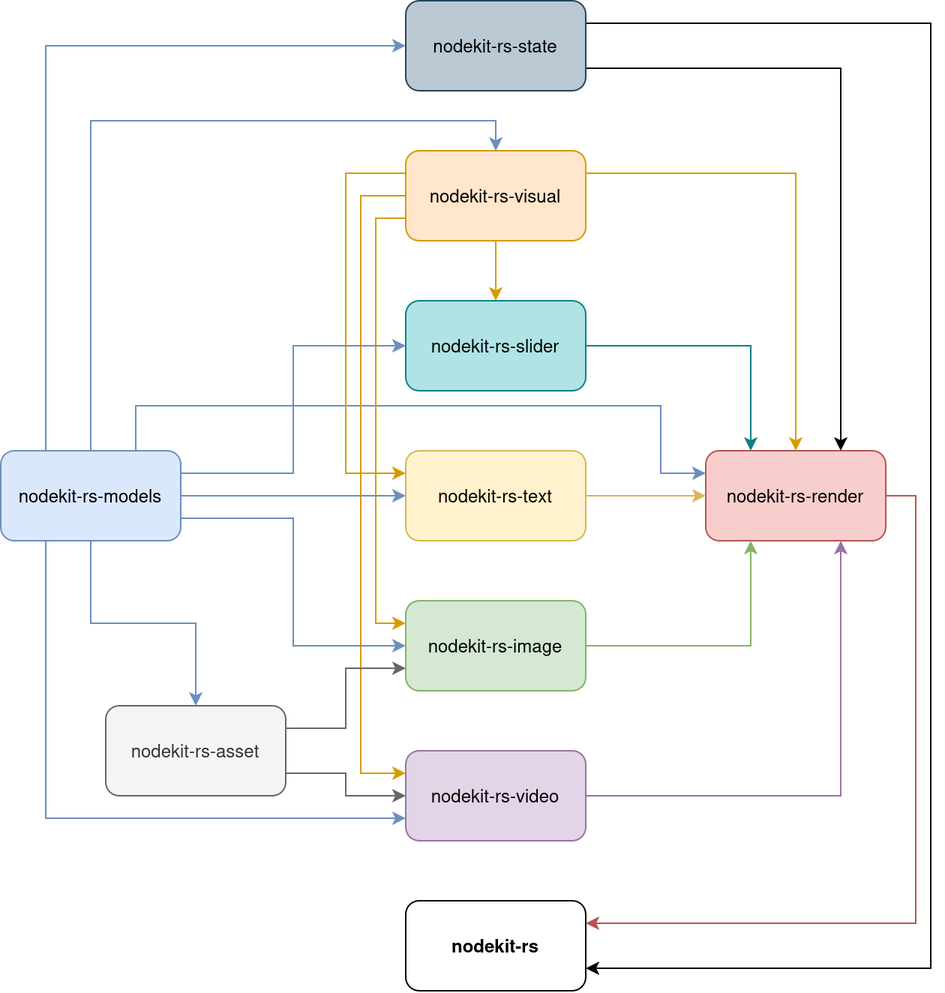
intelligence-observatory/nodekit keeps this draw.io diagram as nodekit-rs/images/nodekit-rs.png. Above is the earlier version. Source tidied: cells renumbered, new cells last; positions are measured from the earlier drawing's top-left corner, leaving out a move shared by most shapes.
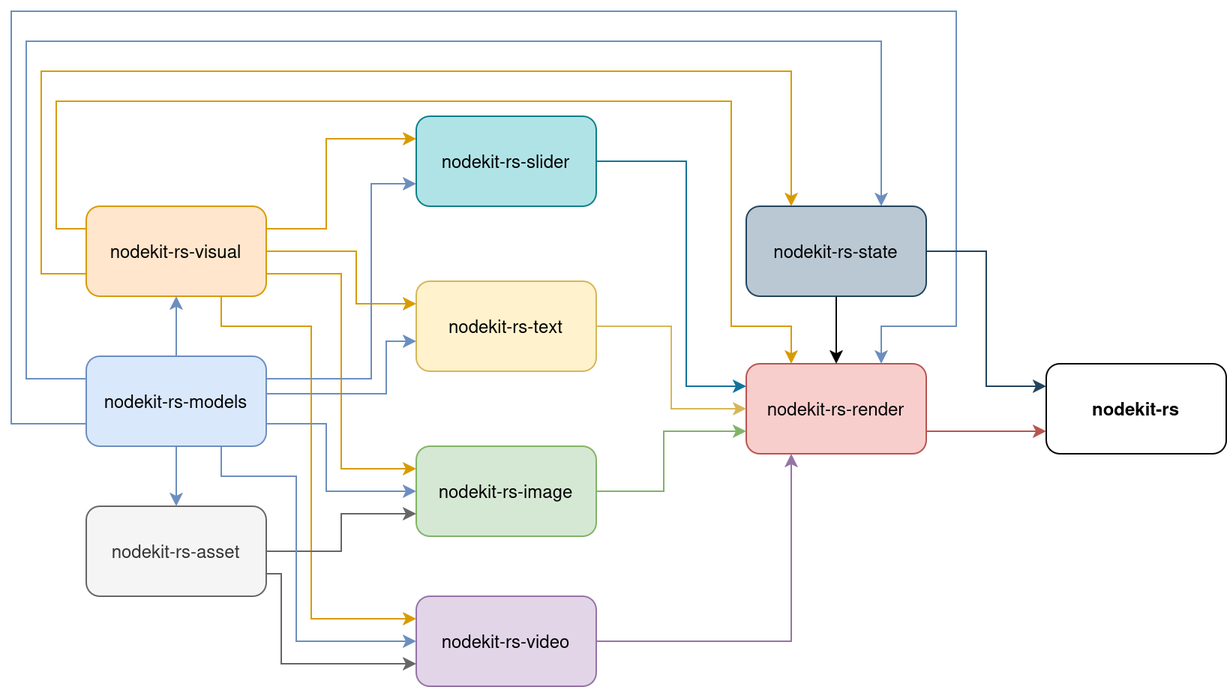
After the change.

Change to the diagram source:
```diff
@@ -3,125 +3,190 @@
     <mxCell id="0" />
     <mxCell id="1" parent="0" />
     <mxCell id="2" value="nodekit-rs" style="rounded=1;whiteSpace=wrap;html=1;fontStyle=1;" parent="1" vertex="1">
-      <mxGeometry x="270" y="600" width="120" height="60" as="geometry" />
+      <mxGeometry x="640" y="305" width="120" height="60" as="geometry" />
     </mxCell>
-    <mxCell id="3" style="edgeStyle=orthogonalEdgeStyle;rounded=0;jettySize=auto;html=1;entryX=0;entryY=0.25;entryDx=0;entryDy=0;fillColor=#dae8fc;strokeColor=#6c8ebf;exitX=0.75;exitY=0;exitDx=0;exitDy=0;" parent="1" edge="1" source="28" target="5">
-      <mxGeometry relative="1" as="geometry">
-        <Array as="points">
-          <mxPoint x="90" y="270" />
-          <mxPoint x="440" y="270" />
-          <mxPoint x="440" y="315" />
-        </Array>
-      </mxGeometry>
-    </mxCell>
-    <mxCell id="4" style="edgeStyle=orthogonalEdgeStyle;rounded=0;jettySize=auto;html=1;exitX=1;exitY=0.5;exitDx=0;exitDy=0;entryX=1;entryY=0.25;entryDx=0;entryDy=0;fillColor=#f8cecc;strokeColor=#b85450;" parent="1" edge="1" source="5" target="2">
+    <mxCell id="4" style="edgeStyle=orthogonalEdgeStyle;rounded=0;jettySize=auto;html=1;exitX=1;exitY=0.75;exitDx=0;exitDy=0;entryX=0;entryY=0.75;entryDx=0;entryDy=0;fillColor=#f8cecc;strokeColor=#b85450;" parent="1" edge="1" source="5" target="2">
       <mxGeometry relative="1" as="geometry" />
     </mxCell>
     <mxCell id="5" value="nodekit-rs-render" style="rounded=1;whiteSpace=wrap;html=1;fillColor=#f8cecc;strokeColor=#b85450;" parent="1" vertex="1">
-      <mxGeometry x="470" y="300" width="120" height="60" as="geometry" />
+      <mxGeometry x="440" y="305" width="120" height="60" as="geometry" />
     </mxCell>
-    <mxCell id="6" style="edgeStyle=orthogonalEdgeStyle;rounded=0;jettySize=auto;html=1;fillColor=#d5e8d4;strokeColor=#82b366;entryX=0.25;entryY=1;entryDx=0;entryDy=0;" parent="1" edge="1" source="7" target="5">
+    <mxCell id="6" style="edgeStyle=orthogonalEdgeStyle;rounded=0;jettySize=auto;html=1;exitX=1;exitY=0.5;exitDx=0;exitDy=0;entryX=0;entryY=0.75;entryDx=0;entryDy=0;fillColor=#d5e8d4;strokeColor=#82b366;" parent="1" edge="1" source="7" target="5">
       <mxGeometry relative="1" as="geometry">
         <Array as="points">
-          <mxPoint x="500" y="430" />
+          <mxPoint x="385" y="390" />
+          <mxPoint x="385" y="350" />
         </Array>
       </mxGeometry>
     </mxCell>
     <mxCell id="7" value="nodekit-rs-image" style="rounded=1;whiteSpace=wrap;html=1;fillColor=#d5e8d4;strokeColor=#82b366;" parent="1" vertex="1">
-      <mxGeometry x="270" y="400" width="120" height="60" as="geometry" />
+      <mxGeometry x="220" y="360" width="120" height="60" as="geometry" />
     </mxCell>
     <mxCell id="8" style="edgeStyle=orthogonalEdgeStyle;rounded=0;jettySize=auto;html=1;exitX=1;exitY=0.5;exitDx=0;exitDy=0;entryX=0;entryY=0.5;entryDx=0;entryDy=0;fillColor=#fff2cc;strokeColor=#d6b656;" parent="1" edge="1" source="9" target="5">
-      <mxGeometry relative="1" as="geometry" />
+      <mxGeometry relative="1" as="geometry">
+        <Array as="points">
+          <mxPoint x="390" y="280" />
+          <mxPoint x="390" y="335" />
+        </Array>
+      </mxGeometry>
     </mxCell>
     <mxCell id="9" value="nodekit-rs-text" style="rounded=1;whiteSpace=wrap;html=1;fillColor=#fff2cc;strokeColor=#d6b656;" parent="1" vertex="1">
-      <mxGeometry x="270" y="300" width="120" height="60" as="geometry" />
+      <mxGeometry x="220" y="250" width="120" height="60" as="geometry" />
     </mxCell>
-    <mxCell id="10" style="edgeStyle=orthogonalEdgeStyle;rounded=0;jettySize=auto;html=1;entryX=0.75;entryY=1;entryDx=0;entryDy=0;fillColor=#e1d5e7;strokeColor=#9673a6;" parent="1" edge="1" source="11" target="5">
+    <mxCell id="10" style="edgeStyle=orthogonalEdgeStyle;rounded=0;jettySize=auto;html=1;exitX=1;exitY=0.5;exitDx=0;exitDy=0;entryX=0.25;entryY=1;entryDx=0;entryDy=0;fillColor=#e1d5e7;strokeColor=#9673a6;" parent="1" edge="1" source="11" target="5">
       <mxGeometry relative="1" as="geometry" />
     </mxCell>
     <mxCell id="11" value="&lt;div&gt;nodekit-rs-video&lt;/div&gt;" style="rounded=1;whiteSpace=wrap;html=1;fillColor=#e1d5e7;strokeColor=#9673a6;" parent="1" vertex="1">
-      <mxGeometry x="270" y="500" width="120" height="60" as="geometry" />
+      <mxGeometry x="220" y="460" width="120" height="60" as="geometry" />
     </mxCell>
-    <mxCell id="12" style="edgeStyle=orthogonalEdgeStyle;rounded=0;jettySize=auto;html=1;exitX=1;exitY=0.25;exitDx=0;exitDy=0;entryX=0.5;entryY=0;entryDx=0;entryDy=0;fillColor=#ffe6cc;strokeColor=#d79b00;" parent="1" edge="1" source="17" target="5">
-      <mxGeometry relative="1" as="geometry" />
-    </mxCell>
+    <mxCell id="16" style="edgeStyle=orthogonalEdgeStyle;rounded=0;jettySize=auto;html=1;exitX=1;exitY=0.25;exitDx=0;exitDy=0;entryX=0;entryY=0.25;entryDx=0;entryDy=0;fillColor=#ffe6cc;strokeColor=#d79b00;" parent="1" edge="1" source="17" target="33">
+      <mxGeometry relative="1" as="geometry">
+        <Array as="points">
+          <mxPoint x="160" y="215" />
+          <mxPoint x="160" y="155" />
+        </Array>
+      </mxGeometry>
+    </mxCell>
-    <mxCell id="13" style="edgeStyle=orthogonalEdgeStyle;rounded=0;jettySize=auto;html=1;fillColor=#ffe6cc;strokeColor=#d79b00;exitX=0;exitY=0.25;exitDx=0;exitDy=0;entryX=0;entryY=0.25;entryDx=0;entryDy=0;" parent="1" edge="1" source="17" target="9">
+    <mxCell id="13" style="edgeStyle=orthogonalEdgeStyle;rounded=0;jettySize=auto;html=1;exitX=1;exitY=0.5;exitDx=0;exitDy=0;entryX=0;entryY=0.25;entryDx=0;entryDy=0;fillColor=#ffe6cc;strokeColor=#d79b00;" parent="1" edge="1" source="17" target="9">
       <mxGeometry relative="1" as="geometry">
         <Array as="points">
-          <mxPoint x="230" y="115" />
-          <mxPoint x="230" y="315" />
+          <mxPoint x="180" y="230" />
+          <mxPoint x="180" y="265" />
         </Array>
       </mxGeometry>
     </mxCell>
-    <mxCell id="14" style="edgeStyle=orthogonalEdgeStyle;rounded=0;jettySize=auto;html=1;exitX=0;exitY=0.5;exitDx=0;exitDy=0;entryX=0;entryY=0.25;entryDx=0;entryDy=0;fillColor=#ffe6cc;strokeColor=#d79b00;" parent="1" edge="1" source="17" target="11">
+    <mxCell id="14" style="edgeStyle=orthogonalEdgeStyle;rounded=0;jettySize=auto;html=1;exitX=0.75;exitY=1;exitDx=0;exitDy=0;fillColor=#ffe6cc;strokeColor=#d79b00;entryX=0;entryY=0.25;entryDx=0;entryDy=0;" parent="1" edge="1" source="17" target="11">
       <mxGeometry relative="1" as="geometry">
         <Array as="points">
-          <mxPoint x="240" y="130" />
-          <mxPoint x="240" y="515" />
+          <mxPoint x="90" y="280" />
+          <mxPoint x="150" y="280" />
+          <mxPoint x="150" y="475" />
         </Array>
       </mxGeometry>
     </mxCell>
-    <mxCell id="15" style="edgeStyle=orthogonalEdgeStyle;rounded=0;jettySize=auto;html=1;exitX=0;exitY=0.75;exitDx=0;exitDy=0;entryX=0;entryY=0.25;entryDx=0;entryDy=0;fillColor=#ffe6cc;strokeColor=#d79b00;" parent="1" edge="1" source="17" target="7">
+    <mxCell id="15" style="edgeStyle=orthogonalEdgeStyle;rounded=0;jettySize=auto;html=1;exitX=1;exitY=0.75;exitDx=0;exitDy=0;entryX=0;entryY=0.25;entryDx=0;entryDy=0;fillColor=#ffe6cc;strokeColor=#d79b00;" parent="1" edge="1" source="17" target="7">
       <mxGeometry relative="1" as="geometry" />
     </mxCell>
-    <mxCell id="16" style="edgeStyle=orthogonalEdgeStyle;rounded=0;jettySize=auto;html=1;entryX=0.5;entryY=0;entryDx=0;entryDy=0;fillColor=#ffe6cc;strokeColor=#d79b00;" parent="1" edge="1" source="17" target="33">
-      <mxGeometry relative="1" as="geometry" />
-    </mxCell>
+    <mxCell id="12" style="edgeStyle=orthogonalEdgeStyle;rounded=0;jettySize=auto;html=1;exitX=0;exitY=0.25;exitDx=0;exitDy=0;entryX=0.25;entryY=0;entryDx=0;entryDy=0;fillColor=#ffe6cc;strokeColor=#d79b00;" parent="1" edge="1" source="17" target="5">
+      <mxGeometry relative="1" as="geometry">
+        <Array as="points">
+          <mxPoint x="-20" y="215" />
+          <mxPoint x="-20" y="130" />
+          <mxPoint x="430" y="130" />
+          <mxPoint x="430" y="280" />
+          <mxPoint x="470" y="280" />
+        </Array>
+      </mxGeometry>
+    </mxCell>
+    <mxCell id="34" style="edgeStyle=orthogonalEdgeStyle;rounded=0;jettySize=auto;html=1;exitX=0;exitY=0.75;exitDx=0;exitDy=0;entryX=0.25;entryY=0;entryDx=0;entryDy=0;fillColor=#ffe6cc;strokeColor=#d79b00;" parent="1" edge="1" source="17" target="31">
+      <mxGeometry relative="1" as="geometry">
+        <Array as="points">
+          <mxPoint x="-30" y="245" />
+          <mxPoint x="-30" y="110" />
+          <mxPoint x="470" y="110" />
+        </Array>
+      </mxGeometry>
+    </mxCell>
     <mxCell id="17" value="&lt;div&gt;nodekit-rs-visual&lt;/div&gt;" style="rounded=1;whiteSpace=wrap;html=1;fillColor=#ffe6cc;strokeColor=#d79b00;" parent="1" vertex="1">
-      <mxGeometry x="270" y="100" width="120" height="60" as="geometry" />
+      <mxGeometry y="200" width="120" height="60" as="geometry" />
     </mxCell>
+    <mxCell id="19" style="edgeStyle=orthogonalEdgeStyle;rounded=0;jettySize=auto;html=1;exitX=1;exitY=0.5;exitDx=0;exitDy=0;entryX=0;entryY=0.75;entryDx=0;entryDy=0;fillColor=#f5f5f5;strokeColor=#666666;" parent="1" edge="1" source="20" target="7">
+      <mxGeometry relative="1" as="geometry" />
+    </mxCell>
-    <mxCell id="18" style="edgeStyle=orthogonalEdgeStyle;rounded=0;jettySize=auto;html=1;exitX=1;exitY=0.75;exitDx=0;exitDy=0;entryX=0;entryY=0.5;entryDx=0;entryDy=0;fillColor=#f5f5f5;strokeColor=#666666;" parent="1" edge="1" source="20" target="11">
-      <mxGeometry relative="1" as="geometry" />
+    <mxCell id="18" style="edgeStyle=orthogonalEdgeStyle;rounded=0;jettySize=auto;html=1;exitX=1;exitY=0.75;exitDx=0;exitDy=0;entryX=0;entryY=0.75;entryDx=0;entryDy=0;fillColor=#f5f5f5;strokeColor=#666666;" parent="1" edge="1" source="20" target="11">
+      <mxGeometry relative="1" as="geometry">
+        <Array as="points">
+          <mxPoint x="130" y="445" />
+          <mxPoint x="130" y="505" />
+        </Array>
+      </mxGeometry>
     </mxCell>
-    <mxCell id="19" style="edgeStyle=orthogonalEdgeStyle;rounded=0;jettySize=auto;html=1;exitX=1;exitY=0.25;exitDx=0;exitDy=0;entryX=0;entryY=0.75;entryDx=0;entryDy=0;fillColor=#f5f5f5;strokeColor=#666666;" parent="1" edge="1" source="20" target="7">
-      <mxGeometry relative="1" as="geometry" />
-    </mxCell>
     <mxCell id="20" value="nodekit-rs-asset" style="rounded=1;whiteSpace=wrap;html=1;fillColor=#f5f5f5;strokeColor=#666666;fontColor=#333333;" parent="1" vertex="1">
-      <mxGeometry x="70" y="470" width="120" height="60" as="geometry" />
+      <mxGeometry y="400" width="120" height="60" as="geometry" />
     </mxCell>
+    <mxCell id="26" style="edgeStyle=orthogonalEdgeStyle;rounded=0;jettySize=auto;html=1;entryX=0.5;entryY=0;entryDx=0;entryDy=0;fillColor=#dae8fc;strokeColor=#6c8ebf;" parent="1" edge="1" source="28" target="20">
+      <mxGeometry relative="1" as="geometry" />
+    </mxCell>
+    <mxCell id="22" style="edgeStyle=orthogonalEdgeStyle;rounded=0;jettySize=auto;html=1;fillColor=#dae8fc;strokeColor=#6c8ebf;" parent="1" edge="1" source="28" target="17">
+      <mxGeometry relative="1" as="geometry" />
+    </mxCell>
+    <mxCell id="24" style="edgeStyle=orthogonalEdgeStyle;rounded=0;jettySize=auto;html=1;exitX=1;exitY=0.25;exitDx=0;exitDy=0;entryX=0;entryY=0.75;entryDx=0;entryDy=0;fillColor=#dae8fc;strokeColor=#6c8ebf;" parent="1" edge="1" source="28" target="33">
+      <mxGeometry relative="1" as="geometry">
+        <Array as="points">
+          <mxPoint x="190" y="315" />
+          <mxPoint x="190" y="185" />
+        </Array>
+      </mxGeometry>
+    </mxCell>
+    <mxCell id="27" style="edgeStyle=orthogonalEdgeStyle;rounded=0;jettySize=auto;html=1;exitX=0.75;exitY=1;exitDx=0;exitDy=0;entryX=0;entryY=0.5;entryDx=0;entryDy=0;fillColor=#dae8fc;strokeColor=#6c8ebf;" parent="1" edge="1" source="28" target="11">
+      <mxGeometry relative="1" as="geometry">
+        <Array as="points">
+          <mxPoint x="90" y="380" />
+          <mxPoint x="140" y="380" />
+          <mxPoint x="140" y="490" />
+        </Array>
+      </mxGeometry>
+    </mxCell>
+    <mxCell id="25" style="edgeStyle=orthogonalEdgeStyle;rounded=0;jettySize=auto;html=1;exitX=1;exitY=0.75;exitDx=0;exitDy=0;entryX=0;entryY=0.5;entryDx=0;entryDy=0;fillColor=#dae8fc;strokeColor=#6c8ebf;" parent="1" edge="1" source="28" target="7">
+      <mxGeometry relative="1" as="geometry">
+        <Array as="points">
+          <mxPoint x="160" y="345" />
+          <mxPoint x="160" y="390" />
+        </Array>
+      </mxGeometry>
+    </mxCell>
+    <mxCell id="35" style="edgeStyle=orthogonalEdgeStyle;rounded=0;orthogonalLoop=1;jettySize=auto;html=1;exitX=1;exitY=0.5;exitDx=0;exitDy=0;entryX=0;entryY=0.75;entryDx=0;entryDy=0;fillColor=#dae8fc;strokeColor=#6c8ebf;" parent="1" edge="1">
+      <mxGeometry relative="1" as="geometry">
+        <mxPoint x="120" y="325" as="sourcePoint" />
+        <mxPoint x="220" y="290" as="targetPoint" />
+        <Array as="points">
+          <mxPoint x="200" y="325" />
+          <mxPoint x="200" y="290" />
+        </Array>
+      </mxGeometry>
+    </mxCell>
-    <mxCell id="21" style="edgeStyle=orthogonalEdgeStyle;rounded=0;jettySize=auto;html=1;entryX=0;entryY=0.5;entryDx=0;entryDy=0;exitX=0.25;exitY=0;exitDx=0;exitDy=0;fillColor=#dae8fc;strokeColor=#6c8ebf;" parent="1" edge="1" source="28" target="31">
-      <mxGeometry relative="1" as="geometry" />
+    <mxCell id="21" style="edgeStyle=orthogonalEdgeStyle;rounded=0;jettySize=auto;html=1;exitX=0;exitY=0.25;exitDx=0;exitDy=0;entryX=0.75;entryY=0;entryDx=0;entryDy=0;fillColor=#dae8fc;strokeColor=#6c8ebf;" parent="1" edge="1" source="28" target="31">
+      <mxGeometry relative="1" as="geometry">
+        <Array as="points">
+          <mxPoint x="-40" y="315" />
+          <mxPoint x="-40" y="90" />
+          <mxPoint x="530" y="90" />
+        </Array>
+      </mxGeometry>
     </mxCell>
-    <mxCell id="22" style="edgeStyle=orthogonalEdgeStyle;rounded=0;jettySize=auto;html=1;exitX=0.5;exitY=0;exitDx=0;exitDy=0;entryX=0.5;entryY=0;entryDx=0;entryDy=0;fillColor=#dae8fc;strokeColor=#6c8ebf;" parent="1" edge="1" source="28" target="17">
-      <mxGeometry relative="1" as="geometry" />
-    </mxCell>
-    <mxCell id="23" style="edgeStyle=orthogonalEdgeStyle;rounded=0;jettySize=auto;html=1;exitX=1;exitY=0.5;exitDx=0;exitDy=0;entryX=0;entryY=0.5;entryDx=0;entryDy=0;fillColor=#dae8fc;strokeColor=#6c8ebf;" parent="1" edge="1" source="28" target="9">
-      <mxGeometry relative="1" as="geometry" />
-    </mxCell>
-    <mxCell id="24" style="edgeStyle=orthogonalEdgeStyle;rounded=0;jettySize=auto;html=1;exitX=1;exitY=0.25;exitDx=0;exitDy=0;entryX=0;entryY=0.5;entryDx=0;entryDy=0;fillColor=#dae8fc;strokeColor=#6c8ebf;" parent="1" edge="1" source="28" target="33">
-      <mxGeometry relative="1" as="geometry" />
-    </mxCell>
-    <mxCell id="25" style="edgeStyle=orthogonalEdgeStyle;rounded=0;jettySize=auto;html=1;exitX=1;exitY=0.75;exitDx=0;exitDy=0;entryX=0;entryY=0.5;entryDx=0;entryDy=0;fillColor=#dae8fc;strokeColor=#6c8ebf;" parent="1" edge="1" source="28" target="7">
-      <mxGeometry relative="1" as="geometry" />
-    </mxCell>
-    <mxCell id="26" style="edgeStyle=orthogonalEdgeStyle;rounded=0;jettySize=auto;html=1;exitX=0.5;exitY=1;exitDx=0;exitDy=0;entryX=0.5;entryY=0;entryDx=0;entryDy=0;fillColor=#dae8fc;strokeColor=#6c8ebf;" parent="1" edge="1" source="28" target="20">
-      <mxGeometry relative="1" as="geometry" />
-    </mxCell>
-    <mxCell id="27" style="edgeStyle=orthogonalEdgeStyle;rounded=0;jettySize=auto;html=1;exitX=0.25;exitY=1;exitDx=0;exitDy=0;entryX=0;entryY=0.75;entryDx=0;entryDy=0;fillColor=#dae8fc;strokeColor=#6c8ebf;" parent="1" edge="1" source="28" target="11">
-      <mxGeometry relative="1" as="geometry" />
-    </mxCell>
+    <mxCell id="3" style="edgeStyle=orthogonalEdgeStyle;rounded=0;jettySize=auto;html=1;exitX=0;exitY=0.75;exitDx=0;exitDy=0;entryX=0.75;entryY=0;entryDx=0;entryDy=0;fillColor=#dae8fc;strokeColor=#6c8ebf;" parent="1" edge="1" source="28" target="5">
+      <mxGeometry relative="1" as="geometry">
+        <Array as="points">
+          <mxPoint x="-50" y="345" />
+          <mxPoint x="-50" y="70" />
+          <mxPoint x="580" y="70" />
+          <mxPoint x="580" y="280" />
+          <mxPoint x="530" y="280" />
+        </Array>
+      </mxGeometry>
+    </mxCell>
     <mxCell id="28" value="nodekit-rs-models" style="rounded=1;whiteSpace=wrap;html=1;fillColor=#dae8fc;strokeColor=#6c8ebf;" parent="1" vertex="1">
       <mxGeometry y="300" width="120" height="60" as="geometry" />
     </mxCell>
-    <mxCell id="29" style="edgeStyle=orthogonalEdgeStyle;rounded=0;jettySize=auto;html=1;entryX=0.75;entryY=0;entryDx=0;entryDy=0;exitX=1;exitY=0.75;exitDx=0;exitDy=0;" parent="1" edge="1" source="31" target="5">
+    <mxCell id="29" style="edgeStyle=orthogonalEdgeStyle;rounded=0;jettySize=auto;html=1;exitX=0.5;exitY=1;exitDx=0;exitDy=0;entryX=0.5;entryY=0;entryDx=0;entryDy=0;" parent="1" edge="1" source="31" target="5">
       <mxGeometry relative="1" as="geometry" />
     </mxCell>
-    <mxCell id="30" style="edgeStyle=orthogonalEdgeStyle;rounded=0;jettySize=auto;html=1;exitX=1;exitY=0.25;exitDx=0;exitDy=0;entryX=1;entryY=0.75;entryDx=0;entryDy=0;" parent="1" edge="1" source="31" target="2">
-      <mxGeometry relative="1" as="geometry">
-        <Array as="points">
-          <mxPoint x="620" y="15" />
-          <mxPoint x="620" y="645" />
-        </Array>
-      </mxGeometry>
+    <mxCell id="30" style="edgeStyle=orthogonalEdgeStyle;rounded=0;jettySize=auto;html=1;exitX=1;exitY=0.5;exitDx=0;exitDy=0;entryX=0;entryY=0.25;entryDx=0;entryDy=0;fillColor=#bac8d3;strokeColor=#23445d;" parent="1" edge="1" source="31" target="2">
+      <mxGeometry relative="1" as="geometry" />
     </mxCell>
     <mxCell id="31" value="nodekit-rs-state" style="rounded=1;whiteSpace=wrap;html=1;fillColor=#bac8d3;strokeColor=#23445d;" parent="1" vertex="1">
-      <mxGeometry x="270" width="120" height="60" as="geometry" />
+      <mxGeometry x="440" y="200" width="120" height="60" as="geometry" />
     </mxCell>
-    <mxCell id="32" style="edgeStyle=orthogonalEdgeStyle;rounded=0;jettySize=auto;html=1;exitX=1;exitY=0.5;exitDx=0;exitDy=0;fillColor=#b0e3e6;strokeColor=#0e8088;entryX=0.25;entryY=0;entryDx=0;entryDy=0;" parent="1" edge="1" source="33" target="5">
-      <mxGeometry relative="1" as="geometry" />
+    <mxCell id="32" style="edgeStyle=orthogonalEdgeStyle;rounded=0;jettySize=auto;html=1;exitX=1;exitY=0.5;exitDx=0;exitDy=0;entryX=0;entryY=0.25;entryDx=0;entryDy=0;fillColor=#b1ddf0;strokeColor=#10739e;" parent="1" edge="1" source="33" target="5">
+      <mxGeometry relative="1" as="geometry">
+        <Array as="points">
+          <mxPoint x="400" y="170" />
+          <mxPoint x="400" y="320" />
+        </Array>
+      </mxGeometry>
     </mxCell>
     <mxCell id="33" value="nodekit-rs-slider" style="rounded=1;whiteSpace=wrap;html=1;fillColor=#b0e3e6;strokeColor=#0e8088;" parent="1" vertex="1">
-      <mxGeometry x="270" y="200" width="120" height="60" as="geometry" />
+      <mxGeometry x="220" y="140" width="120" height="60" as="geometry" />
     </mxCell>
   </root>
 </mxGraphModel>
```
